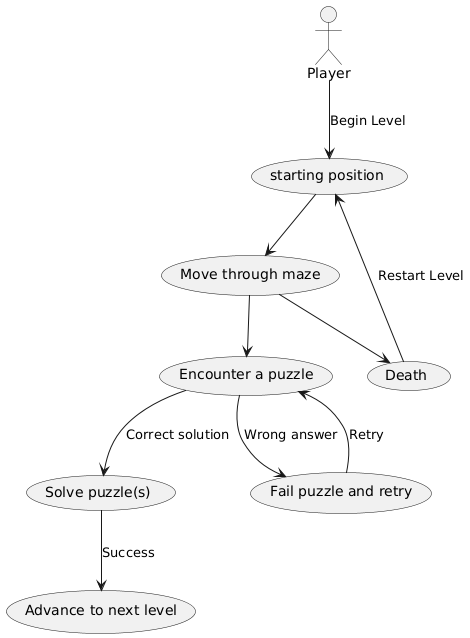
kmerickson/OOP-PuzzleMaze keeps this PlantUML diagram as 4plus1_diagrams/scenarios.png. Above is the earlier version. The source it was exported from:
```plantuml
@startuml
actor Player

usecase "starting position" as Start
usecase "Move through maze" as Move
usecase "Encounter a puzzle" as EncounterPuzzle
usecase "Solve puzzle(s)" as SolvePuzzle
usecase "Fail puzzle and retry" as FailPuzzle
usecase "Advance to next level" as AdvanceLevel
usecase "Death"

Player --> Start : "Begin Level"
Start --> Move
Move --> EncounterPuzzle
Move --> Death
Death --> Start : "Restart Level"
EncounterPuzzle --> SolvePuzzle : "Correct solution"
SolvePuzzle --> AdvanceLevel : "Success"
EncounterPuzzle --> FailPuzzle : "Wrong answer"
FailPuzzle --> EncounterPuzzle : "Retry"

@endum
```
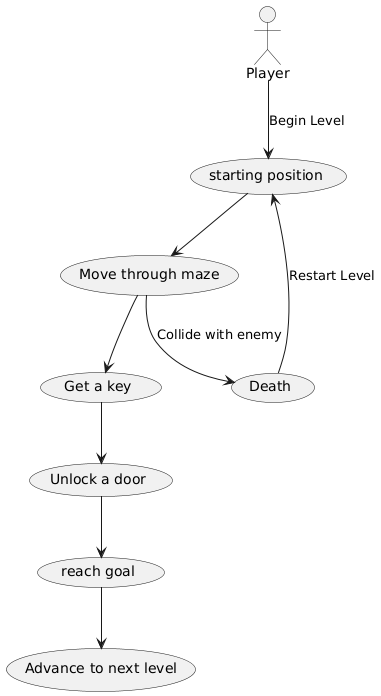
The same file after the commit.

What changed in the source:
```diff
@@ -3,20 +3,19 @@
 
 usecase "starting position" as Start
 usecase "Move through maze" as Move
-usecase "Encounter a puzzle" as EncounterPuzzle
-usecase "Solve puzzle(s)" as SolvePuzzle
-usecase "Fail puzzle and retry" as FailPuzzle
+usecase "Get a key" as gk
+usecase "Unlock a door" as ud
+usecase "reach goal" as rg
 usecase "Advance to next level" as AdvanceLevel
 usecase "Death"
 
 Player --> Start : "Begin Level"
 Start --> Move
-Move --> EncounterPuzzle
-Move --> Death
+Move --> gk
+gk --> ud
+ud --> rg
+Move --> Death : "Collide with enemy"
+rg --> AdvanceLevel
 Death --> Start : "Restart Level"
-EncounterPuzzle --> SolvePuzzle : "Correct solution"
-SolvePuzzle --> AdvanceLevel : "Success"
-EncounterPuzzle --> FailPuzzle : "Wrong answer"
-FailPuzzle --> EncounterPuzzle : "Retry"
-
+}
 @endum
```
